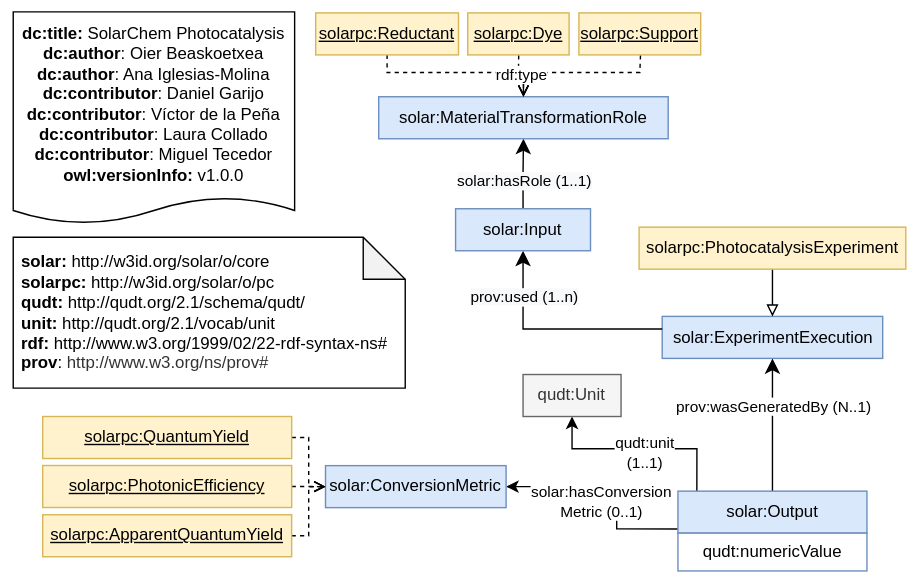
Above: docs/release/1.0.0/pc/resources/images/solarchem-pc.svg in SolarChem/solarchem-ontology (draw.io), before the change. Source tidied: cells renumbered, new cells last; positions are measured from the earlier drawing's top-left corner, leaving out a move shared by most shapes.
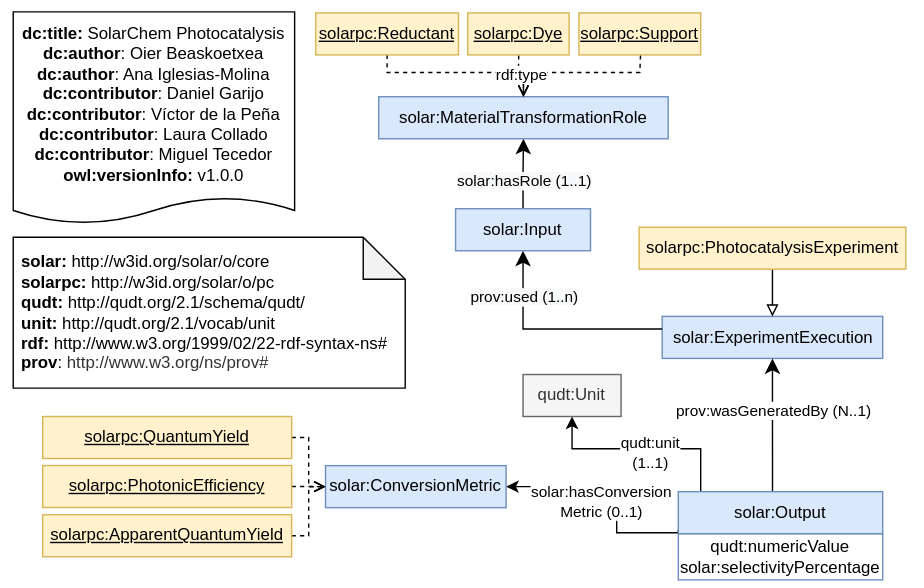
After the commit.

Change to the diagram source:
```diff
@@ -44,26 +44,27 @@
     <mxCell id="11" value="solarpc:PhotocatalysisExperiment" style="rounded=0;whiteSpace=wrap;html=1;snapToPoint=1;points=[[0.1,0],[0.2,0],[0.3,0],[0.4,0],[0.5,0],[0.6,0],[0.7,0],[0.8,0],[0.9,0],[0,0.1],[0,0.3],[0,0.5],[0,0.7],[0,0.9],[0.1,1],[0.2,1],[0.3,1],[0.4,1],[0.5,1],[0.6,1],[0.7,1],[0.8,1],[0.9,1],[1,0.1],[1,0.3],[1,0.5],[1,0.7],[1,0.9]];fillColor=#fff2cc;strokeColor=#d6b656;" parent="1" vertex="1">
       <mxGeometry x="456" y="161.8" width="190.5" height="30" as="geometry" />
     </mxCell>
-    <mxCell id="12" style="edgeStyle=orthogonalEdgeStyle;rounded=0;jettySize=auto;html=1;entryX=1;entryY=0.5;entryDx=0;entryDy=0;exitX=0;exitY=0.9;exitDx=0;exitDy=0;" parent="1" edge="1" source="33" target="14">
+    <mxCell id="12" style="edgeStyle=orthogonalEdgeStyle;rounded=0;jettySize=auto;html=1;entryX=1;entryY=0.5;entryDx=0;entryDy=0;exitX=0;exitY=0.9;exitDx=0;exitDy=0;" parent="1" edge="1" source="37" target="14">
       <mxGeometry relative="1" as="geometry">
         <Array as="points">
-          <mxPoint x="440" y="377" />
+          <mxPoint x="484" y="380" />
+          <mxPoint x="440" y="380" />
           <mxPoint x="440" y="347" />
         </Array>
       </mxGeometry>
     </mxCell>
     <mxCell id="13" value="solar:hasConversion&lt;br&gt;Metric (0..1)" style="edgeLabel;html=1;align=center;verticalAlign=middle;" parent="12" vertex="1">
       <mxGeometry x="0.21" y="-1" relative="1" as="geometry">
-        <mxPoint x="8" y="11" as="offset" />
+        <mxPoint x="5" y="11" as="offset" />
       </mxGeometry>
     </mxCell>
     <mxCell id="14" value="solar:ConversionMetric" style="rounded=0;whiteSpace=wrap;html=1;snapToPoint=1;points=[[0.1,0],[0.2,0],[0.3,0],[0.4,0],[0.5,0],[0.6,0],[0.7,0],[0.8,0],[0.9,0],[0,0.1],[0,0.3],[0,0.5],[0,0.7],[0,0.9],[0.1,1],[0.2,1],[0.3,1],[0.4,1],[0.5,1],[0.6,1],[0.7,1],[0.8,1],[0.9,1],[1,0.1],[1,0.3],[1,0.5],[1,0.7],[1,0.9]];fillColor=#dae8fc;strokeColor=#6c8ebf;" parent="1" vertex="1">
       <mxGeometry x="232" y="332.1" width="129" height="30" as="geometry" />
     </mxCell>
-    <mxCell id="15" style="endArrow=classic;html=1;endSize=8;arcSize=0;rounded=0;entryX=0.5;entryY=1;entryDx=0;entryDy=0;exitX=0.5;exitY=0;exitDx=0;exitDy=0;edgeStyle=orthogonalEdgeStyle;" parent="1" edge="1" source="33" target="4">
+    <mxCell id="15" style="endArrow=classic;html=1;endSize=8;arcSize=0;rounded=0;entryX=0.5;entryY=1;entryDx=0;entryDy=0;exitX=0.5;exitY=0;exitDx=0;exitDy=0;edgeStyle=orthogonalEdgeStyle;" parent="1" edge="1" source="37" target="4">
       <mxGeometry relative="1" as="geometry">
         <Array as="points">
-          <mxPoint x="551" y="350" />
+          <mxPoint x="551" y="351" />
         </Array>
       </mxGeometry>
     </mxCell>
@@ -140,10 +141,11 @@
     <mxCell id="29" value="solarpc:Dye" style="rounded=0;whiteSpace=wrap;html=1;snapToPoint=1;points=[[0.1,0],[0.2,0],[0.3,0],[0.4,0],[0.5,0],[0.6,0],[0.7,0],[0.8,0],[0.9,0],[0,0.1],[0,0.3],[0,0.5],[0,0.7],[0,0.9],[0.1,1],[0.2,1],[0.3,1],[0.4,1],[0.5,1],[0.6,1],[0.7,1],[0.8,1],[0.9,1],[1,0.1],[1,0.3],[1,0.5],[1,0.7],[1,0.9]];fillColor=#fff2cc;strokeColor=#d6b656;fontStyle=4;" parent="1" vertex="1">
       <mxGeometry x="333.6" y="8.7" width="72.4" height="30" as="geometry" />
     </mxCell>
-    <mxCell id="30" style="edgeStyle=orthogonalEdgeStyle;rounded=0;jettySize=auto;html=1;entryX=0.5;entryY=1;entryDx=0;entryDy=0;exitX=0.1;exitY=0;exitDx=0;exitDy=0;" parent="1" edge="1" source="33" target="37">
+    <mxCell id="30" style="edgeStyle=orthogonalEdgeStyle;rounded=0;jettySize=auto;html=1;entryX=0.5;entryY=1;entryDx=0;entryDy=0;exitX=0.1;exitY=0;exitDx=0;exitDy=0;" parent="1" edge="1" source="37" target="34">
       <mxGeometry relative="1" as="geometry">
         <Array as="points">
-          <mxPoint x="497" y="320" />
+          <mxPoint x="500" y="351" />
+          <mxPoint x="500" y="320" />
           <mxPoint x="408" y="320" />
         </Array>
       </mxGeometry>
@@ -153,23 +155,23 @@
         <mxPoint x="-19" y="4" as="offset" />
       </mxGeometry>
     </mxCell>
-    <mxCell id="32" style="group;" parent="1" vertex="1">
-      <mxGeometry x="483.8" y="350.3" width="135" height="57" as="geometry" />
+    <mxCell id="32" value="&lt;div&gt;&lt;b&gt;solar:&lt;/b&gt;&amp;nbsp;http://w3id.org/solar/o/core&lt;/div&gt;&lt;b style=&quot;border-color: var(--border-color);&quot;&gt;&lt;b style=&quot;border-color: var(--border-color);&quot;&gt;solar&lt;/b&gt;pc:&lt;/b&gt;&amp;nbsp;http://w3id.org/solar/o/pc&lt;br&gt;&lt;b&gt;qudt:&lt;/b&gt; http://qudt.org/2.1/schema/qudt/&lt;div&gt;&lt;b&gt;unit:&amp;nbsp;&lt;/b&gt;http://qudt.org/2.1/vocab/unit&lt;/div&gt;&lt;div&gt;&lt;b&gt;rdf: &lt;/b&gt;http://www.w3.org/1999/02/22-rdf-syntax-ns#&lt;/div&gt;&lt;div&gt;&lt;b&gt;prov&lt;/b&gt;:&amp;nbsp;&lt;span style=&quot;color: rgb(51, 51, 51); background-color: initial;&quot;&gt;http://www.w3.org/ns/prov#&lt;/span&gt;&lt;/div&gt;" style="shape=note;whiteSpace=wrap;html=1;backgroundOutline=1;darkOpacity=0.05;align=left;spacingLeft=4;" parent="1" vertex="1">
+      <mxGeometry x="9" y="168.9" width="280" height="107.8" as="geometry" />
     </mxCell>
-    <mxCell id="33" value="solar:Output" style="rounded=0;whiteSpace=wrap;html=1;snapToPoint=1;points=[[0.1,0],[0.2,0],[0.3,0],[0.4,0],[0.5,0],[0.6,0],[0.7,0],[0.8,0],[0.9,0],[0,0.1],[0,0.3],[0,0.5],[0,0.7],[0,0.9],[0.1,1],[0.2,1],[0.3,1],[0.4,1],[0.5,1],[0.6,1],[0.7,1],[0.8,1],[0.9,1],[1,0.1],[1,0.3],[1,0.5],[1,0.7],[1,0.9]];fontSize=12;fillColor=#dae8fc;strokeColor=#6c8ebf;" parent="32" vertex="1">
-      <mxGeometry width="135" height="30" as="geometry" />
+    <mxCell id="33" value="&lt;span style=&quot;border-color: var(--border-color);&quot;&gt;&lt;b style=&quot;font-weight: bold; border-color: var(--border-color);&quot;&gt;dc:title:&lt;/b&gt;&amp;nbsp;SolarChem Photocatalysis&lt;br&gt;&lt;b&gt;dc:author&lt;/b&gt;&lt;/span&gt;:&amp;nbsp;Oier Beaskoetxea&lt;br&gt;&lt;div&gt;&lt;b&gt;dc:author&lt;/b&gt;: Ana Iglesias-Molina&lt;/div&gt;&lt;div&gt;&lt;b style=&quot;border-color: var(--border-color);&quot;&gt;dc:contributor&lt;/b&gt;:&amp;nbsp;Daniel Garijo&lt;br&gt;&lt;/div&gt;&lt;div&gt;&lt;b style=&quot;border-color: var(--border-color);&quot;&gt;dc:contributor&lt;/b&gt;:&amp;nbsp;Víctor de la Peña&lt;br&gt;&lt;/div&gt;&lt;div&gt;&lt;b style=&quot;border-color: var(--border-color);&quot;&gt;dc:contributor&lt;/b&gt;:&amp;nbsp;Laura Collado&lt;br&gt;&lt;/div&gt;&lt;div&gt;&lt;b style=&quot;border-color: var(--border-color);&quot;&gt;dc:contributor&lt;/b&gt;:&amp;nbsp;Miguel Tecedor&lt;br&gt;&lt;/div&gt;&lt;div&gt;&lt;b&gt;owl:versionInfo:&lt;/b&gt;&amp;nbsp;v1.0.0&lt;/div&gt;" style="shape=document;whiteSpace=wrap;html=1;boundedLbl=1;labelBackgroundColor=#ffffff;strokeColor=#000000;fontSize=12;fontColor=#000000;size=0.1240233163834801;" parent="1" vertex="1">
+      <mxGeometry x="9" y="8" width="201" height="151.3" as="geometry" />
     </mxCell>
-    <mxCell id="34" value="qudt:numericValue" style="rounded=0;whiteSpace=wrap;html=1;snapToPoint=1;points=[[0.1,0],[0.2,0],[0.3,0],[0.4,0],[0.5,0],[0.6,0],[0.7,0],[0.8,0],[0.9,0],[0,0.1],[0,0.3],[0,0.5],[0,0.7],[0,0.9],[0.1,1],[0.2,1],[0.3,1],[0.4,1],[0.5,1],[0.6,1],[0.7,1],[0.8,1],[0.9,1],[1,0.1],[1,0.3],[1,0.5],[1,0.7],[1,0.9]];strokeColor=#6D8EBF;" parent="32" vertex="1">
-      <mxGeometry y="30" width="135" height="27" as="geometry" />
+    <mxCell id="34" value="qudt:Unit" style="rounded=0;whiteSpace=wrap;html=1;snapToPoint=1;points=[[0.1,0],[0.2,0],[0.3,0],[0.4,0],[0.5,0],[0.6,0],[0.7,0],[0.8,0],[0.9,0],[0,0.1],[0,0.3],[0,0.5],[0,0.7],[0,0.9],[0.1,1],[0.2,1],[0.3,1],[0.4,1],[0.5,1],[0.6,1],[0.7,1],[0.8,1],[0.9,1],[1,0.1],[1,0.3],[1,0.5],[1,0.7],[1,0.9]];fillColor=#f5f5f5;fontColor=#333333;strokeColor=#666666;" parent="1" vertex="1">
+      <mxGeometry x="373.1" y="267" width="70" height="30" as="geometry" />
     </mxCell>
-    <mxCell id="35" value="&lt;div&gt;&lt;b&gt;solar:&lt;/b&gt;&amp;nbsp;http://w3id.org/solar/o/core&lt;/div&gt;&lt;b style=&quot;border-color: var(--border-color);&quot;&gt;&lt;b style=&quot;border-color: var(--border-color);&quot;&gt;solar&lt;/b&gt;pc:&lt;/b&gt;&amp;nbsp;http://w3id.org/solar/o/pc&lt;br&gt;&lt;b&gt;qudt:&lt;/b&gt; http://qudt.org/2.1/schema/qudt/&lt;div&gt;&lt;b&gt;unit:&amp;nbsp;&lt;/b&gt;http://qudt.org/2.1/vocab/unit&lt;/div&gt;&lt;div&gt;&lt;b&gt;rdf: &lt;/b&gt;http://www.w3.org/1999/02/22-rdf-syntax-ns#&lt;/div&gt;&lt;div&gt;&lt;b&gt;prov&lt;/b&gt;:&amp;nbsp;&lt;span style=&quot;color: rgb(51, 51, 51); background-color: initial;&quot;&gt;http://www.w3.org/ns/prov#&lt;/span&gt;&lt;/div&gt;" style="shape=note;whiteSpace=wrap;html=1;backgroundOutline=1;darkOpacity=0.05;align=left;spacingLeft=4;" parent="1" vertex="1">
-      <mxGeometry x="9" y="168.9" width="280" height="107.8" as="geometry" />
+    <mxCell id="35" style="group;" parent="1" vertex="1">
+      <mxGeometry x="484" y="350.7" width="146" height="63" as="geometry" />
     </mxCell>
-    <mxCell id="36" value="&lt;span style=&quot;border-color: var(--border-color);&quot;&gt;&lt;b style=&quot;font-weight: bold; border-color: var(--border-color);&quot;&gt;dc:title:&lt;/b&gt;&amp;nbsp;SolarChem Photocatalysis&lt;br&gt;&lt;b&gt;dc:author&lt;/b&gt;&lt;/span&gt;:&amp;nbsp;Oier Beaskoetxea&lt;br&gt;&lt;div&gt;&lt;b&gt;dc:author&lt;/b&gt;: Ana Iglesias-Molina&lt;/div&gt;&lt;div&gt;&lt;b style=&quot;border-color: var(--border-color);&quot;&gt;dc:contributor&lt;/b&gt;:&amp;nbsp;Daniel Garijo&lt;br&gt;&lt;/div&gt;&lt;div&gt;&lt;b style=&quot;border-color: var(--border-color);&quot;&gt;dc:contributor&lt;/b&gt;:&amp;nbsp;Víctor de la Peña&lt;br&gt;&lt;/div&gt;&lt;div&gt;&lt;b style=&quot;border-color: var(--border-color);&quot;&gt;dc:contributor&lt;/b&gt;:&amp;nbsp;Laura Collado&lt;br&gt;&lt;/div&gt;&lt;div&gt;&lt;b style=&quot;border-color: var(--border-color);&quot;&gt;dc:contributor&lt;/b&gt;:&amp;nbsp;Miguel Tecedor&lt;br&gt;&lt;/div&gt;&lt;div&gt;&lt;b&gt;owl:versionInfo:&lt;/b&gt;&amp;nbsp;v1.0.0&lt;/div&gt;" style="shape=document;whiteSpace=wrap;html=1;boundedLbl=1;labelBackgroundColor=#ffffff;strokeColor=#000000;fontSize=12;fontColor=#000000;size=0.1240233163834801;" parent="1" vertex="1">
-      <mxGeometry x="9" y="8" width="201" height="151.3" as="geometry" />
+    <mxCell id="36" value="qudt:numericValue&lt;div&gt;solar:selectivityPercentage&lt;br&gt;&lt;/div&gt;" style="rounded=0;whiteSpace=wrap;html=1;strokeColor=#6D8EBF;" parent="35" vertex="1">
+      <mxGeometry y="30" width="146" height="33" as="geometry" />
     </mxCell>
-    <mxCell id="37" value="qudt:Unit" style="rounded=0;whiteSpace=wrap;html=1;snapToPoint=1;points=[[0.1,0],[0.2,0],[0.3,0],[0.4,0],[0.5,0],[0.6,0],[0.7,0],[0.8,0],[0.9,0],[0,0.1],[0,0.3],[0,0.5],[0,0.7],[0,0.9],[0.1,1],[0.2,1],[0.3,1],[0.4,1],[0.5,1],[0.6,1],[0.7,1],[0.8,1],[0.9,1],[1,0.1],[1,0.3],[1,0.5],[1,0.7],[1,0.9]];fillColor=#f5f5f5;fontColor=#333333;strokeColor=#666666;" parent="1" vertex="1">
-      <mxGeometry x="373.1" y="267" width="70" height="30" as="geometry" />
+    <mxCell id="37" value="solar:Output" style="rounded=0;whiteSpace=wrap;html=1;snapToPoint=1;points=[[0.1,0],[0.2,0],[0.3,0],[0.4,0],[0.5,0],[0.6,0],[0.7,0],[0.8,0],[0.9,0],[0,0.1],[0,0.3],[0,0.5],[0,0.7],[0,0.9],[0.1,1],[0.2,1],[0.3,1],[0.4,1],[0.5,1],[0.6,1],[0.7,1],[0.8,1],[0.9,1],[1,0.1],[1,0.3],[1,0.5],[1,0.7],[1,0.9]];fontSize=12;fillColor=#dae8fc;strokeColor=#6c8ebf;" parent="35" vertex="1">
+      <mxGeometry width="146" height="30" as="geometry" />
     </mxCell>
   </root>
 </mxGraphModel>
```
